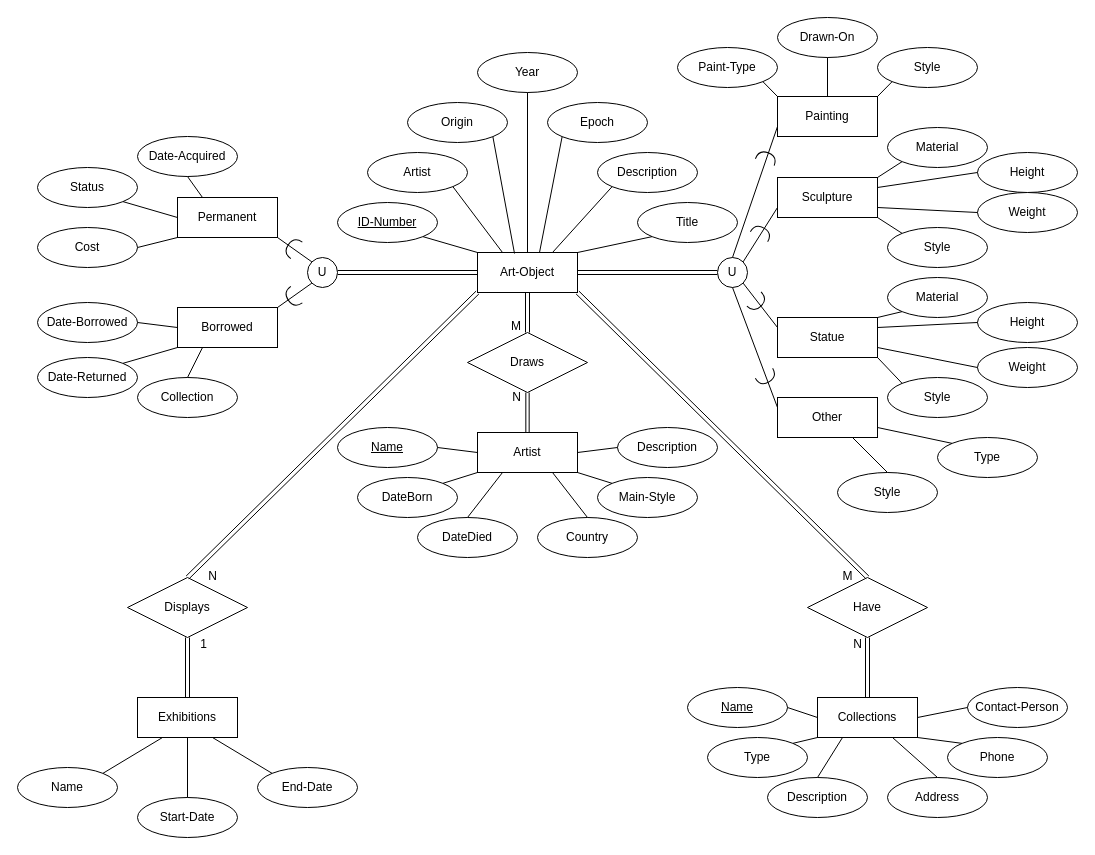
The draw.io diagram Data-Base Design/Musuem.drawio in Maan-Khedr-ENSF-300/museum-project-simba, before the edit. Source tidied: cells renumbered, new cells numbered last; positions are measured from the earlier drawing's top-left corner, leaving out a move shared by most shapes. Both pictures are drawn from the tidied source at 100%, with x=0, y=0 at pixel (17, 17).
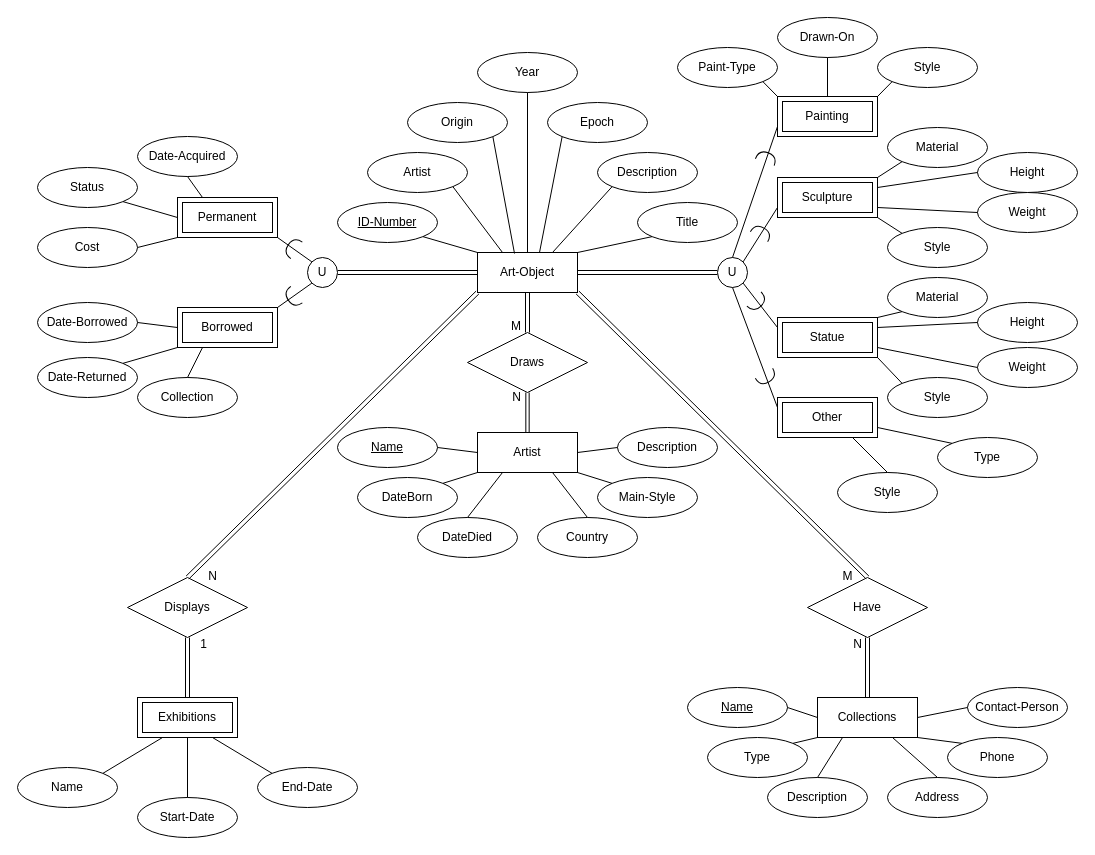
After the change.

Commit message (it also covers changes not shown here):
Make some changes to ERD and add the sql file to create the Museum Data-Base

Diff of the diagram source:
```diff
@@
-    <mxCell id="39" value="Sculpture" style="whiteSpace=wrap;html=1;align=center;" parent="1" vertex="1">
+    <mxCell id="39" value="Sculpture" style="shape=ext;margin=3;double=1;whiteSpace=wrap;html=1;align=center;" parent="1" vertex="1">
       <mxGeometry x="760" y="160" width="100" height="40" as="geometry" />
     </mxCell>
-    <mxCell id="40" value="Statue" style="whiteSpace=wrap;html=1;align=center;" parent="1" vertex="1">
+    <mxCell id="40" value="Statue" style="shape=ext;margin=3;double=1;whiteSpace=wrap;html=1;align=center;" parent="1" vertex="1">
       <mxGeometry x="760" y="300" width="100" height="40" as="geometry" />
     </mxCell>
-    <mxCell id="41" value="Painting" style="whiteSpace=wrap;html=1;align=center;" parent="1" vertex="1">
+    <mxCell id="41" value="Painting" style="shape=ext;margin=3;double=1;whiteSpace=wrap;html=1;align=center;" parent="1" vertex="1">
       <mxGeometry x="760" y="79" width="100" height="40" as="geometry" />
     </mxCell>
-    <mxCell id="42" value="Other" style="whiteSpace=wrap;html=1;align=center;" parent="1" vertex="1">
+    <mxCell id="42" value="Other" style="shape=ext;margin=3;double=1;whiteSpace=wrap;html=1;align=center;" parent="1" vertex="1">
       <mxGeometry x="760" y="380" width="100" height="40" as="geometry" />
     </mxCell>
@@
-    <mxCell id="73" value="Permanent" style="whiteSpace=wrap;html=1;align=center;" parent="1" vertex="1">
+    <mxCell id="73" value="Permanent" style="shape=ext;margin=3;double=1;whiteSpace=wrap;html=1;align=center;" parent="1" vertex="1">
       <mxGeometry x="160" y="180" width="100" height="40" as="geometry" />
     </mxCell>
-    <mxCell id="74" value="Borrowed" style="whiteSpace=wrap;html=1;align=center;" parent="1" vertex="1">
+    <mxCell id="74" value="Borrowed" style="shape=ext;margin=3;double=1;whiteSpace=wrap;html=1;align=center;" parent="1" vertex="1">
       <mxGeometry x="160" y="290" width="100" height="40" as="geometry" />
     </mxCell>
@@
-    <mxCell id="101" value="Exhibitions" style="whiteSpace=wrap;html=1;align=center;" parent="1" vertex="1">
+    <mxCell id="101" value="Exhibitions" style="shape=ext;margin=3;double=1;whiteSpace=wrap;html=1;align=center;" parent="1" vertex="1">
       <mxGeometry x="120" y="680" width="100" height="40" as="geometry" />
     </mxCell>
```
